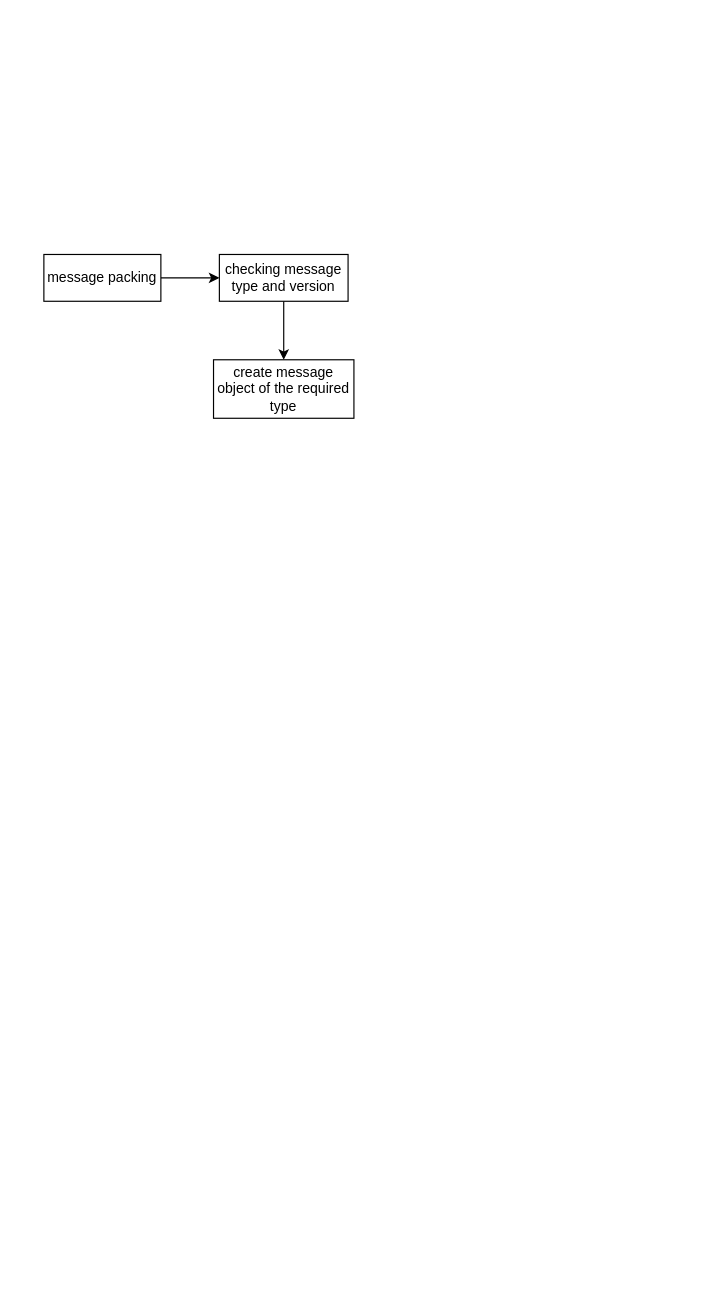
PramudiaPutra/diagrams keeps this draw.io diagram as page "Page-2" (2 of 3) of ISO8583 binding-packing.drawio. Above is the earlier version. Source tidied: cells renumbered, new cells numbered last; positions are measured from the earlier drawing's top-left corner, leaving out a move shared by most shapes. Both pictures are drawn from the tidied source at 117%, with x=0, y=0 at pixel (43, 254).
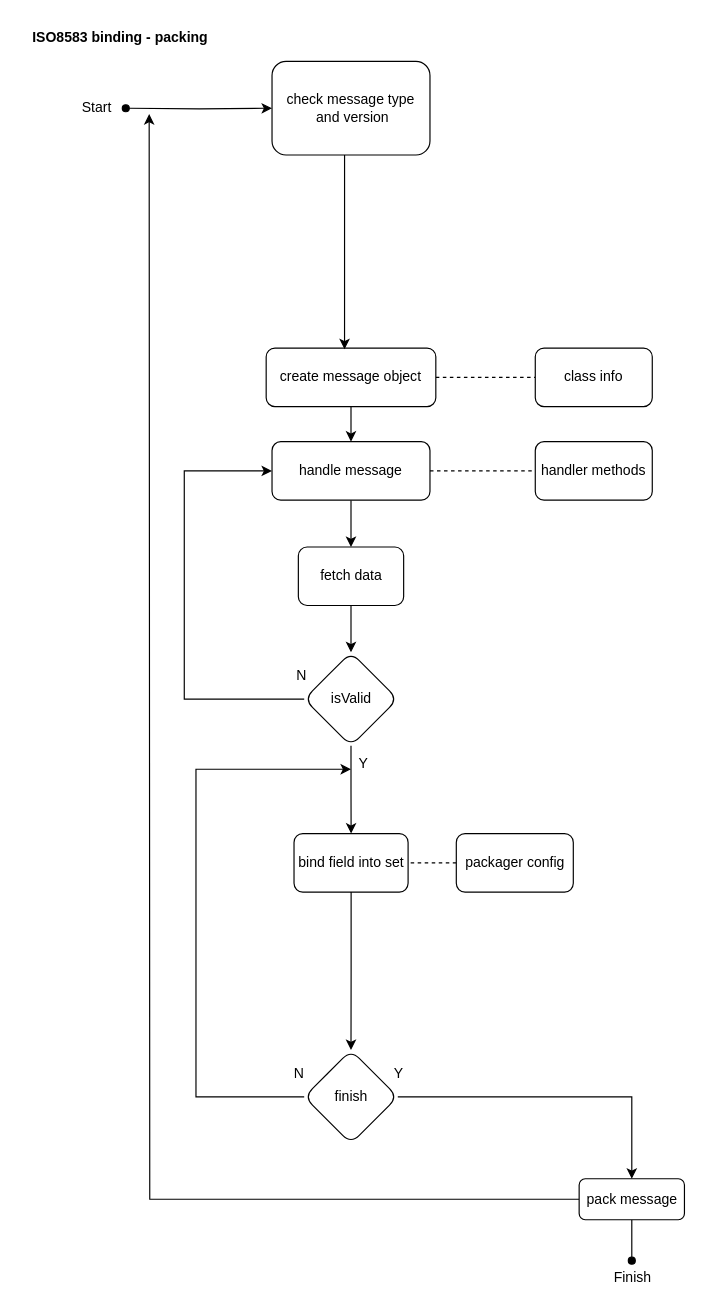
After the change.

Diff of the diagram source:
```diff
@@
-    <mxCell id="2" style="edgeStyle=orthogonalEdgeStyle;rounded=0;jettySize=auto;html=1;endArrow=classic;endFill=1;" parent="1" edge="1" source="3" target="5">
-      <mxGeometry relative="1" as="geometry" />
-    </mxCell>
-    <mxCell id="3" value="message packing" style="rounded=0;whiteSpace=wrap;html=1;fillColor=default;" parent="1" vertex="1">
-      <mxGeometry width="100" height="40" as="geometry" />
-    </mxCell>
-    <mxCell id="4" style="edgeStyle=orthogonalEdgeStyle;rounded=0;jettySize=auto;html=1;endArrow=classic;endFill=1;" parent="1" edge="1" source="5" target="6">
-      <mxGeometry relative="1" as="geometry" />
-    </mxCell>
-    <mxCell id="5" value="checking message type and version" style="rounded=0;whiteSpace=wrap;html=1;fillColor=default;" parent="1" vertex="1">
-      <mxGeometry x="150" width="110" height="40" as="geometry" />
-    </mxCell>
-    <mxCell id="6" value="create message object of the required type" style="rounded=0;whiteSpace=wrap;html=1;fillColor=default;" parent="1" vertex="1">
-      <mxGeometry x="145" y="90" width="120" height="50" as="geometry" />
-    </mxCell>
+    <mxCell id="7" style="edgeStyle=orthogonalEdgeStyle;rounded=0;jettySize=auto;html=1;startArrow=none;startFill=0;endArrow=classic;endFill=1;" parent="1" edge="1" source="9" target="28">
+      <mxGeometry relative="1" as="geometry" />
+    </mxCell>
+    <mxCell id="8" style="edgeStyle=orthogonalEdgeStyle;rounded=0;jettySize=auto;html=1;startArrow=none;startFill=0;endArrow=none;endFill=0;dashed=1;" parent="1" edge="1" source="9" target="38">
+      <mxGeometry relative="1" as="geometry" />
+    </mxCell>
+    <mxCell id="9" value="create message object" style="rounded=1;whiteSpace=wrap;html=1;" parent="1" vertex="1">
+      <mxGeometry x="190" y="80" width="145" height="50" as="geometry" />
+    </mxCell>
+    <mxCell id="10" value="&lt;b&gt;ISO8583 binding - packing&lt;/b&gt;" style="text;html=1;align=center;verticalAlign=middle;strokeColor=none;fillColor=none;" parent="1" vertex="1">
+      <mxGeometry x="-20" y="-200" width="170" height="30" as="geometry" />
+    </mxCell>
+    <mxCell id="11" style="edgeStyle=orthogonalEdgeStyle;rounded=0;jettySize=auto;html=1;startArrow=none;startFill=0;endArrow=classic;endFill=1;" parent="1" edge="1" source="12" target="17">
+      <mxGeometry relative="1" as="geometry" />
+    </mxCell>
+    <mxCell id="12" value="fetch data" style="rounded=1;whiteSpace=wrap;html=1;" parent="1" vertex="1">
+      <mxGeometry x="217.5" y="250" width="90" height="50" as="geometry" />
+    </mxCell>
+    <mxCell id="13" style="edgeStyle=orthogonalEdgeStyle;rounded=0;jettySize=auto;html=1;entryX=1;entryY=0.5;entryDx=0;entryDy=0;startArrow=none;startFill=0;endArrow=none;endFill=0;dashed=1;" parent="1" edge="1" source="14" target="19">
+      <mxGeometry relative="1" as="geometry" />
+    </mxCell>
+    <mxCell id="14" value="packager config" style="whiteSpace=wrap;html=1;rounded=1;" parent="1" vertex="1">
+      <mxGeometry x="352.5" y="495" width="100" height="50" as="geometry" />
+    </mxCell>
+    <mxCell id="15" style="edgeStyle=orthogonalEdgeStyle;rounded=0;jettySize=auto;html=1;startArrow=none;startFill=0;endArrow=classic;endFill=1;" parent="1" edge="1" source="17" target="19">
+      <mxGeometry relative="1" as="geometry" />
+    </mxCell>
+    <mxCell id="16" style="edgeStyle=orthogonalEdgeStyle;rounded=0;jettySize=auto;html=1;entryX=0;entryY=0.5;entryDx=0;entryDy=0;startArrow=none;startFill=0;endArrow=classic;endFill=1;" parent="1" edge="1" source="17" target="28">
+      <mxGeometry relative="1" as="geometry">
+        <Array as="points">
+          <mxPoint x="120" y="380" />
+          <mxPoint x="120" y="185" />
+        </Array>
+      </mxGeometry>
+    </mxCell>
+    <mxCell id="17" value="isValid" style="rhombus;whiteSpace=wrap;html=1;rounded=1;" parent="1" vertex="1">
+      <mxGeometry x="222.5" y="340" width="80" height="80" as="geometry" />
+    </mxCell>
+    <mxCell id="18" style="edgeStyle=orthogonalEdgeStyle;rounded=0;jettySize=auto;html=1;entryX=0.5;entryY=0;entryDx=0;entryDy=0;startArrow=none;startFill=0;endArrow=classic;endFill=1;" parent="1" edge="1" source="19" target="34">
+      <mxGeometry relative="1" as="geometry" />
+    </mxCell>
+    <mxCell id="19" value="bind field into set " style="whiteSpace=wrap;html=1;rounded=1;" parent="1" vertex="1">
+      <mxGeometry x="213.8" y="495" width="97.5" height="50" as="geometry" />
+    </mxCell>
+    <mxCell id="20" style="edgeStyle=orthogonalEdgeStyle;rounded=0;jettySize=auto;html=1;startArrow=none;startFill=0;endArrow=oval;endFill=1;" parent="1" edge="1" source="22" target="30">
+      <mxGeometry relative="1" as="geometry" />
+    </mxCell>
+    <mxCell id="21" style="edgeStyle=orthogonalEdgeStyle;rounded=0;jettySize=auto;html=1;startArrow=none;startFill=0;endArrow=classic;endFill=1;" parent="1" edge="1" source="22">
+      <mxGeometry relative="1" as="geometry">
+        <mxPoint x="90" y="-120" as="targetPoint" />
+      </mxGeometry>
+    </mxCell>
+    <mxCell id="22" value="pack message" style="whiteSpace=wrap;html=1;rounded=1;" parent="1" vertex="1">
+      <mxGeometry x="457.5" y="790" width="90" height="35" as="geometry" />
+    </mxCell>
+    <mxCell id="23" style="rounded=0;jettySize=auto;html=1;entryX=0.462;entryY=0.02;entryDx=0;entryDy=0;entryPerimeter=0;startArrow=none;startFill=0;endArrow=classic;endFill=1;edgeStyle=orthogonalEdgeStyle;" parent="1" edge="1" source="24" target="9">
+      <mxGeometry relative="1" as="geometry">
+        <Array as="points">
+          <mxPoint x="257" y="-40" />
+          <mxPoint x="257" y="-40" />
+        </Array>
+      </mxGeometry>
+    </mxCell>
+    <mxCell id="24" value="&lt;div&gt;check message type&lt;/div&gt;&lt;div&gt;&amp;nbsp;and version&lt;/div&gt;" style="rounded=1;whiteSpace=wrap;html=1;" parent="1" vertex="1">
+      <mxGeometry x="195" y="-165" width="135" height="80" as="geometry" />
+    </mxCell>
+    <mxCell id="25" style="edgeStyle=orthogonalEdgeStyle;rounded=0;jettySize=auto;html=1;endArrow=classic;endFill=1;startArrow=oval;startFill=1;" parent="1" edge="1" target="24">
+      <mxGeometry relative="1" as="geometry">
+        <mxPoint x="70" y="-125" as="sourcePoint" />
+      </mxGeometry>
+    </mxCell>
+    <mxCell id="26" style="edgeStyle=orthogonalEdgeStyle;rounded=0;jettySize=auto;html=1;startArrow=none;startFill=0;endArrow=classic;endFill=1;" parent="1" edge="1" source="28" target="12">
+      <mxGeometry relative="1" as="geometry" />
+    </mxCell>
+    <mxCell id="27" style="edgeStyle=orthogonalEdgeStyle;rounded=0;jettySize=auto;html=1;dashed=1;startArrow=none;startFill=0;endArrow=none;endFill=0;" parent="1" edge="1" source="28" target="31">
+      <mxGeometry relative="1" as="geometry" />
+    </mxCell>
+    <mxCell id="28" value="&lt;div&gt;handle message&lt;/div&gt;" style="rounded=1;whiteSpace=wrap;html=1;" parent="1" vertex="1">
+      <mxGeometry x="195" y="160" width="135" height="50" as="geometry" />
+    </mxCell>
+    <mxCell id="29" value="Start" style="text;html=1;align=center;verticalAlign=middle;strokeColor=none;fillColor=none;" parent="1" vertex="1">
+      <mxGeometry x="20" y="-140" width="50" height="30" as="geometry" />
+    </mxCell>
+    <mxCell id="30" value="Finish" style="text;html=1;align=center;verticalAlign=middle;points=[];strokeColor=none;fillColor=none;" parent="1" vertex="1">
+      <mxGeometry x="472.5" y="860" width="60" height="30" as="geometry" />
+    </mxCell>
+    <mxCell id="31" value="handler methods" style="rounded=1;whiteSpace=wrap;html=1;" parent="1" vertex="1">
+      <mxGeometry x="420" y="160" width="100" height="50" as="geometry" />
+    </mxCell>
+    <mxCell id="32" style="edgeStyle=orthogonalEdgeStyle;rounded=0;jettySize=auto;html=1;startArrow=none;startFill=0;endArrow=classic;endFill=1;" parent="1" edge="1" source="34">
+      <mxGeometry relative="1" as="geometry">
+        <mxPoint x="262.5" y="440" as="targetPoint" />
+        <Array as="points">
+          <mxPoint x="130" y="720" />
+          <mxPoint x="130" y="440" />
+        </Array>
+      </mxGeometry>
+    </mxCell>
+    <mxCell id="33" style="edgeStyle=orthogonalEdgeStyle;rounded=0;jettySize=auto;html=1;startArrow=none;startFill=0;endArrow=classic;endFill=1;" parent="1" edge="1" source="34" target="22">
+      <mxGeometry relative="1" as="geometry" />
+    </mxCell>
+    <mxCell id="34" value="finish" style="rhombus;whiteSpace=wrap;html=1;rounded=1;" parent="1" vertex="1">
+      <mxGeometry x="222.5" y="680" width="80" height="80" as="geometry" />
+    </mxCell>
+    <mxCell id="35" value="N" style="text;html=1;align=center;verticalAlign=middle;strokeColor=none;fillColor=none;" parent="1" vertex="1">
+      <mxGeometry x="202.5" y="685" width="30" height="30" as="geometry" />
+    </mxCell>
+    <mxCell id="36" value="Y" style="text;html=1;align=center;verticalAlign=middle;strokeColor=none;fillColor=none;" parent="1" vertex="1">
+      <mxGeometry x="287.5" y="685" width="30" height="30" as="geometry" />
+    </mxCell>
+    <mxCell id="37" value="Y" style="text;html=1;align=center;verticalAlign=middle;strokeColor=none;fillColor=none;" parent="1" vertex="1">
+      <mxGeometry x="257.5" y="420" width="30" height="30" as="geometry" />
+    </mxCell>
+    <mxCell id="38" value="class info" style="rounded=1;whiteSpace=wrap;html=1;" parent="1" vertex="1">
+      <mxGeometry x="420" y="80" width="100" height="50" as="geometry" />
+    </mxCell>
+    <mxCell id="39" value="N" style="text;html=1;align=center;verticalAlign=middle;strokeColor=none;fillColor=none;" parent="1" vertex="1">
+      <mxGeometry x="205" y="345" width="30" height="30" as="geometry" />
+    </mxCell>
```
